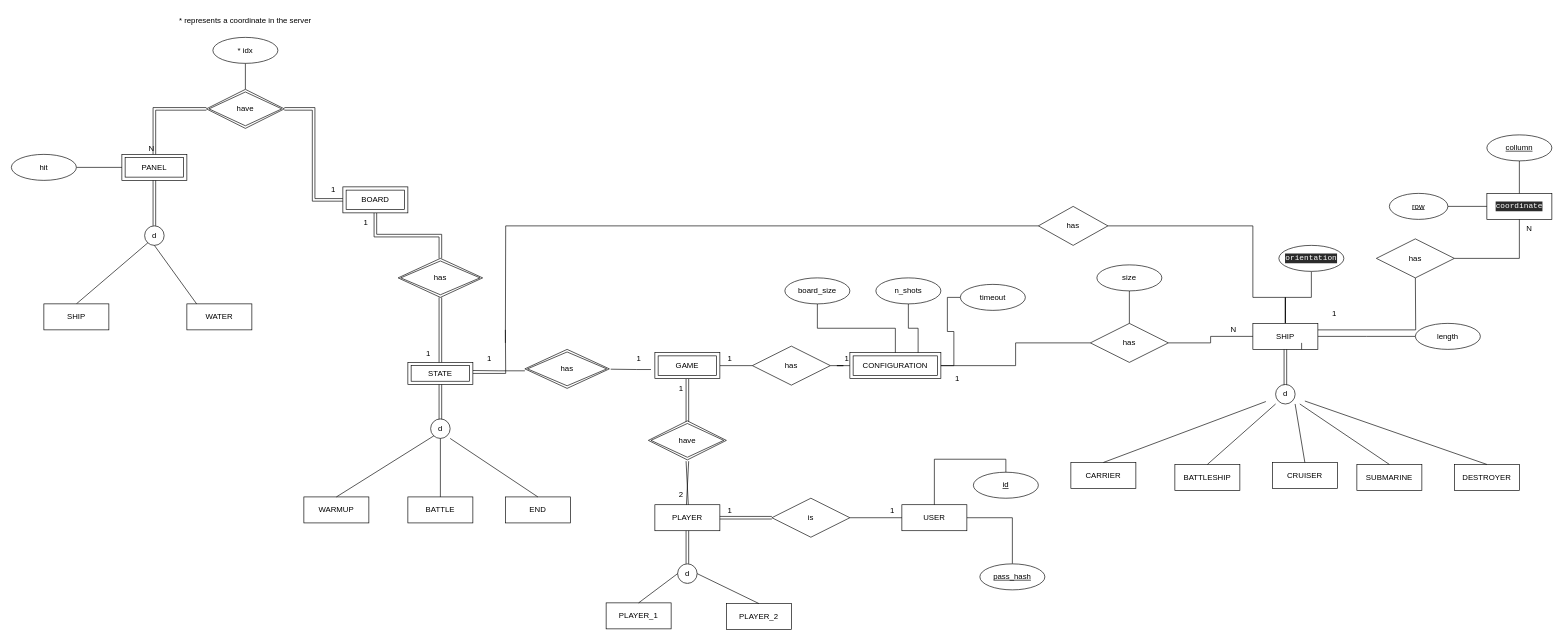
Before: code/daw-battleship-game/src/main/sql/diagram.drawio in MiguelRocha2001/ISEL-DAW-Battleships-Game, a draw.io diagram. Source tidied: cells renumbered, new cells numbered last; positions are measured from the earlier drawing's top-left corner, leaving out a move shared by most shapes. Both pictures are drawn from the tidied source at 65%, with x=0, y=0 at pixel (11, 11).
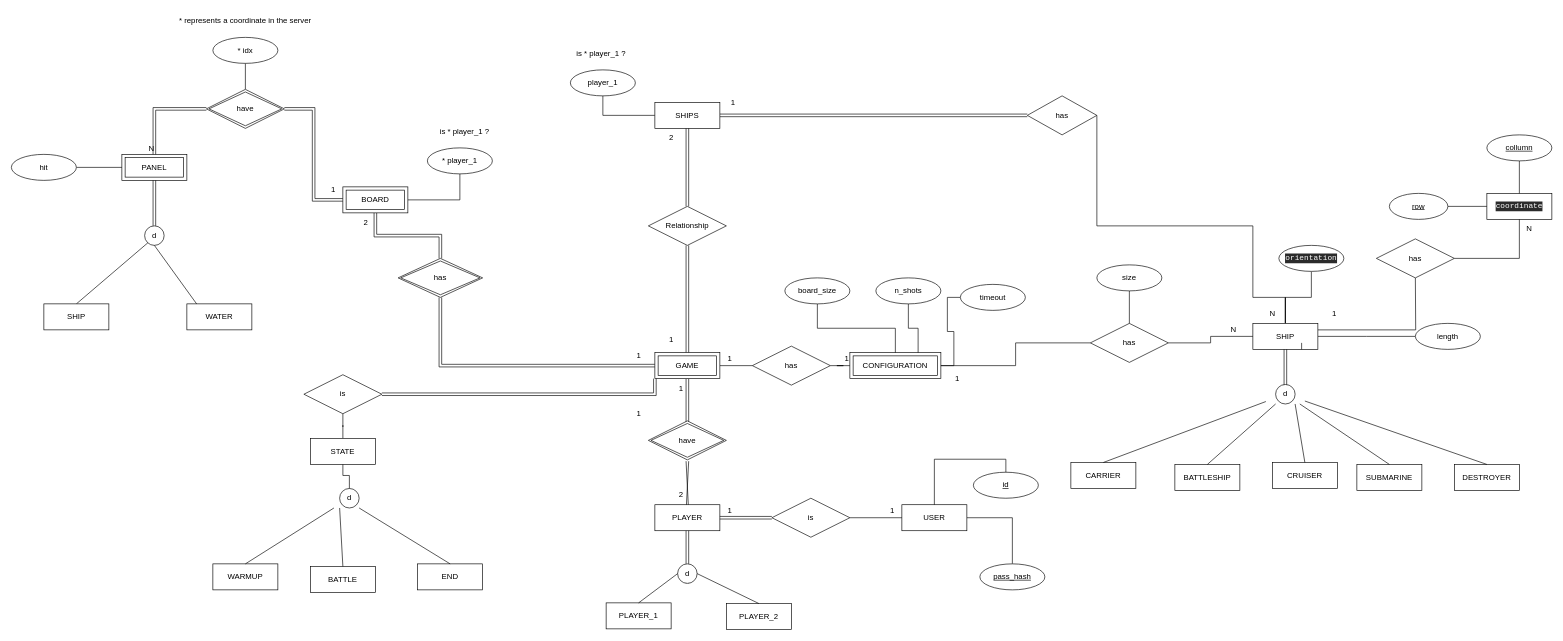
After the change.

The change refers to these unchanged cells:
```xml
<mxCell id="26" value="GAME" style="shape=ext;margin=3;double=1;whiteSpace=wrap;html=1;align=center;" parent="1" vertex="1">
  <mxGeometry x="990" y="525" width="100" height="40" as="geometry" />
</mxCell>
<mxCell id="64" value="BOARD" style="shape=ext;margin=3;double=1;whiteSpace=wrap;html=1;align=center;" parent="1" vertex="1">
  <mxGeometry x="510" y="270" width="100" height="40" as="geometry" />
</mxCell>
<mxCell id="99" value="has" style="shape=rhombus;double=1;perimeter=rhombusPerimeter;whiteSpace=wrap;html=1;align=center;" parent="1" vertex="1">
  <mxGeometry x="595" y="380" width="130" height="60" as="geometry" />
</mxCell>
```

The edit, as a diff of the source:
```diff
@@
+    <mxCell id="120" style="edgeStyle=orthogonalEdgeStyle;rounded=0;jettySize=auto;html=1;endArrow=none;endFill=0;shape=link;" parent="1" edge="1" source="26" target="99">
+      <mxGeometry relative="1" as="geometry" />
+    </mxCell>
+    <mxCell id="121" style="edgeStyle=orthogonalEdgeStyle;shape=link;rounded=0;jettySize=auto;html=1;endArrow=none;endFill=0;" parent="1" edge="1" source="26" target="128">
+      <mxGeometry relative="1" as="geometry" />
+    </mxCell>
@@
+    <mxCell id="122" style="edgeStyle=orthogonalEdgeStyle;rounded=0;jettySize=auto;html=1;endArrow=none;endFill=0;" parent="1" edge="1" source="64" target="139">
+      <mxGeometry relative="1" as="geometry" />
+    </mxCell>
@@
-    <mxCell id="65" value="1" style="text;html=1;align=center;verticalAlign=middle;strokeColor=none;fillColor=none;" parent="1" vertex="1">
-      <mxGeometry x="950" y="520" width="30" height="30" as="geometry" />
-    </mxCell>
-    <mxCell id="66" value="1" style="text;html=1;align=center;verticalAlign=middle;strokeColor=none;fillColor=none;" parent="1" vertex="1">
-      <mxGeometry x="530" y="310" width="30" height="30" as="geometry" />
+    <mxCell id="66" value="2" style="text;html=1;align=center;verticalAlign=middle;strokeColor=none;fillColor=none;" parent="1" vertex="1">
+      <mxGeometry x="535" y="315" width="20" height="20" as="geometry" />
     </mxCell>
@@
-    <mxCell id="84" value="has" style="shape=rhombus;double=1;perimeter=rhombusPerimeter;whiteSpace=wrap;html=1;align=center;" parent="1" vertex="1">
-      <mxGeometry x="790" y="520" width="130" height="60" as="geometry" />
-    </mxCell>
-    <mxCell id="85" style="shape=link;html=1;rounded=0;exitX=0.5;exitY=1;exitDx=0;exitDy=0;endArrow=none;" parent="1" edge="1">
-      <mxGeometry relative="1" as="geometry">
-        <mxPoint x="660" y="573" as="sourcePoint" />
-        <mxPoint x="660" y="633" as="targetPoint" />
-      </mxGeometry>
-    </mxCell>
-    <mxCell id="86" value="WARMUP" style="whiteSpace=wrap;html=1;align=center;" parent="1" vertex="1">
-      <mxGeometry x="450" y="747" width="100" height="40" as="geometry" />
-    </mxCell>
-    <mxCell id="87" style="ellipse;whiteSpace=wrap;html=1;" parent="1" vertex="1">
-      <mxGeometry x="645" y="627" width="30" height="30" as="geometry" />
-    </mxCell>
-    <mxCell id="88" value="d" style="text;html=1;strokeColor=none;fillColor=none;align=center;verticalAlign=middle;whiteSpace=wrap;rounded=0;" parent="1" vertex="1">
-      <mxGeometry x="630" y="627" width="60" height="30" as="geometry" />
-    </mxCell>
-    <mxCell id="89" style="endArrow=none;html=1;rounded=0;exitX=0.5;exitY=0;exitDx=0;exitDy=0;" parent="1" edge="1" source="86">
-      <mxGeometry relative="1" as="geometry">
-        <mxPoint x="650" y="653" as="targetPoint" />
-      </mxGeometry>
-    </mxCell>
-    <mxCell id="90" value="BATTLE" style="whiteSpace=wrap;html=1;align=center;" parent="1" vertex="1">
-      <mxGeometry x="610" y="747" width="100" height="40" as="geometry" />
-    </mxCell>
-    <mxCell id="91" value="END" style="whiteSpace=wrap;html=1;align=center;" parent="1" vertex="1">
-      <mxGeometry x="760" y="747" width="100" height="40" as="geometry" />
-    </mxCell>
-    <mxCell id="92" style="endArrow=none;html=1;rounded=0;exitX=0.5;exitY=0;exitDx=0;exitDy=0;entryX=0.5;entryY=1;entryDx=0;entryDy=0;" parent="1" edge="1" source="90" target="88">
-      <mxGeometry relative="1" as="geometry" />
-    </mxCell>
-    <mxCell id="93" style="endArrow=none;html=1;rounded=0;exitX=0.5;exitY=0;exitDx=0;exitDy=0;entryX=0.75;entryY=1;entryDx=0;entryDy=0;" parent="1" edge="1" source="91" target="88">
-      <mxGeometry relative="1" as="geometry" />
-    </mxCell>
-    <mxCell id="94" style="edgeStyle=orthogonalEdgeStyle;rounded=0;orthogonalLoop=1;jettySize=auto;html=1;endArrow=none;endFill=0;" parent="1" edge="1">
-      <mxGeometry relative="1" as="geometry">
-        <mxPoint x="790" y="553" as="sourcePoint" />
-        <mxPoint x="710" y="552.5" as="targetPoint" />
-        <Array as="points">
-          <mxPoint x="750" y="553" />
-        </Array>
-      </mxGeometry>
-    </mxCell>
-    <mxCell id="95" style="edgeStyle=orthogonalEdgeStyle;rounded=0;orthogonalLoop=1;jettySize=auto;html=1;endArrow=none;endFill=0;" parent="1" edge="1">
-      <mxGeometry relative="1" as="geometry">
-        <mxPoint x="984" y="551" as="sourcePoint" />
-        <mxPoint x="922" y="550.5" as="targetPoint" />
-        <Array as="points">
-          <mxPoint x="962" y="551" />
-        </Array>
-      </mxGeometry>
-    </mxCell>
-    <mxCell id="96" value="1" style="text;html=1;align=center;verticalAlign=middle;strokeColor=none;fillColor=none;" parent="1" vertex="1">
-      <mxGeometry x="720" y="520" width="30" height="30" as="geometry" />
-    </mxCell>
-    <mxCell id="97" style="edgeStyle=orthogonalEdgeStyle;rounded=0;jettySize=auto;html=1;fontColor=#FFFFFF;endArrow=none;endFill=0;" parent="1" edge="1" source="98">
-      <mxGeometry relative="1" as="geometry">
-        <mxPoint x="760" y="490" as="targetPoint" />
-      </mxGeometry>
-    </mxCell>
-    <mxCell id="98" value="STATE" style="shape=ext;margin=3;double=1;whiteSpace=wrap;html=1;align=center;" parent="1" vertex="1">
-      <mxGeometry x="610" y="540" width="100" height="34" as="geometry" />
-    </mxCell>
@@
-    <mxCell id="100" style="endArrow=none;html=1;rounded=0;entryX=0.5;entryY=0;entryDx=0;entryDy=0;exitX=0.5;exitY=1;exitDx=0;exitDy=0;shape=link;" parent="1" edge="1" source="99" target="98">
-      <mxGeometry relative="1" as="geometry" />
-    </mxCell>
-    <mxCell id="101" value="1" style="html=1;align=right;verticalAlign=bottom;" parent="100" vertex="1">
-      <mxGeometry x="1" relative="1" as="geometry">
-        <mxPoint x="-15" y="-5" as="offset" />
-      </mxGeometry>
-    </mxCell>
@@
-    <mxCell id="113" style="edgeStyle=orthogonalEdgeStyle;rounded=0;jettySize=auto;html=1;fontColor=#FFFFFF;endArrow=none;endFill=0;" parent="1" edge="1" source="114">
-      <mxGeometry relative="1" as="geometry">
-        <mxPoint x="760" y="510" as="targetPoint" />
-      </mxGeometry>
-    </mxCell>
     <mxCell id="114" value="has" style="shape=rhombus;perimeter=rhombusPerimeter;whiteSpace=wrap;html=1;align=center;" parent="1" vertex="1">
-      <mxGeometry x="1580" y="300" width="107" height="60" as="geometry" />
+      <mxGeometry x="1563" y="130" width="107" height="60" as="geometry" />
     </mxCell>
@@
+    <mxCell id="123" value="1" style="text;html=1;align=center;verticalAlign=middle;strokeColor=none;fillColor=none;" parent="1" vertex="1">
+      <mxGeometry x="950" y="515" width="30" height="30" as="geometry" />
+    </mxCell>
+    <mxCell id="124" style="edgeStyle=orthogonalEdgeStyle;shape=link;rounded=0;jettySize=auto;html=1;endArrow=none;endFill=0;" parent="1" edge="1" source="126" target="114">
+      <mxGeometry relative="1" as="geometry" />
+    </mxCell>
+    <mxCell id="125" style="edgeStyle=orthogonalEdgeStyle;rounded=0;jettySize=auto;html=1;endArrow=none;endFill=0;" parent="1" edge="1" source="126" target="140">
+      <mxGeometry relative="1" as="geometry" />
+    </mxCell>
+    <mxCell id="126" value="SHIPS" style="whiteSpace=wrap;html=1;align=center;" parent="1" vertex="1">
+      <mxGeometry x="990" y="140" width="100" height="40" as="geometry" />
+    </mxCell>
+    <mxCell id="127" style="edgeStyle=orthogonalEdgeStyle;shape=link;rounded=0;jettySize=auto;html=1;endArrow=none;endFill=0;" parent="1" edge="1" source="128" target="126">
+      <mxGeometry relative="1" as="geometry" />
+    </mxCell>
+    <mxCell id="128" value="Relationship" style="shape=rhombus;perimeter=rhombusPerimeter;whiteSpace=wrap;html=1;align=center;" parent="1" vertex="1">
+      <mxGeometry x="980" y="300" width="120" height="60" as="geometry" />
+    </mxCell>
+    <mxCell id="129" value="1" style="text;html=1;align=center;verticalAlign=middle;strokeColor=none;fillColor=none;" parent="1" vertex="1">
+      <mxGeometry x="1000" y="490" width="30" height="30" as="geometry" />
+    </mxCell>
+    <mxCell id="130" value="2" style="text;html=1;align=center;verticalAlign=middle;strokeColor=none;fillColor=none;" parent="1" vertex="1">
+      <mxGeometry x="1005" y="185" width="20" height="20" as="geometry" />
+    </mxCell>
+    <mxCell id="131" value="1" style="text;html=1;align=center;verticalAlign=middle;strokeColor=none;fillColor=none;" parent="1" vertex="1">
+      <mxGeometry x="1100" y="130" width="20" height="20" as="geometry" />
+    </mxCell>
+    <mxCell id="132" value="N" style="text;html=1;align=center;verticalAlign=middle;strokeColor=none;fillColor=none;" parent="1" vertex="1">
+      <mxGeometry x="1930" y="455" width="20" height="20" as="geometry" />
+    </mxCell>
+    <mxCell id="133" style="edgeStyle=orthogonalEdgeStyle;rounded=0;jettySize=auto;html=1;endArrow=none;endFill=0;" parent="1" edge="1" source="98" target="135">
+      <mxGeometry relative="1" as="geometry" />
+    </mxCell>
+    <mxCell id="98" value="STATE" style="whiteSpace=wrap;html=1;align=center;" parent="1" vertex="1">
+      <mxGeometry x="460" y="657" width="100" height="40" as="geometry" />
+    </mxCell>
+    <mxCell id="134" style="edgeStyle=orthogonalEdgeStyle;shape=link;rounded=0;jettySize=auto;html=1;entryX=0;entryY=1;entryDx=0;entryDy=0;endArrow=none;endFill=0;" parent="1" edge="1" source="135" target="26">
+      <mxGeometry relative="1" as="geometry" />
+    </mxCell>
+    <mxCell id="135" value="is" style="shape=rhombus;perimeter=rhombusPerimeter;whiteSpace=wrap;html=1;align=center;" parent="1" vertex="1">
+      <mxGeometry x="450" y="559" width="120" height="60" as="geometry" />
+    </mxCell>
+    <mxCell id="86" value="WARMUP" style="whiteSpace=wrap;html=1;align=center;" parent="1" vertex="1">
+      <mxGeometry x="310" y="850" width="100" height="40" as="geometry" />
+    </mxCell>
+    <mxCell id="136" style="ellipse;whiteSpace=wrap;html=1;" parent="1" vertex="1">
+      <mxGeometry x="505" y="734" width="30" height="30" as="geometry" />
+    </mxCell>
+    <mxCell id="137" style="edgeStyle=orthogonalEdgeStyle;rounded=0;jettySize=auto;html=1;entryX=0.5;entryY=1;entryDx=0;entryDy=0;endArrow=none;endFill=0;" parent="1" edge="1" source="88" target="98">
+      <mxGeometry relative="1" as="geometry" />
+    </mxCell>
+    <mxCell id="88" value="d" style="text;html=1;strokeColor=none;fillColor=none;align=center;verticalAlign=middle;whiteSpace=wrap;rounded=0;" parent="1" vertex="1">
+      <mxGeometry x="490" y="734" width="60" height="30" as="geometry" />
+    </mxCell>
+    <mxCell id="138" style="endArrow=none;html=1;rounded=0;exitX=0.5;exitY=0;exitDx=0;exitDy=0;" parent="1" edge="1" source="86" target="88">
+      <mxGeometry relative="1" as="geometry" />
+    </mxCell>
+    <mxCell id="90" value="BATTLE" style="whiteSpace=wrap;html=1;align=center;" parent="1" vertex="1">
+      <mxGeometry x="460" y="854" width="100" height="40" as="geometry" />
+    </mxCell>
+    <mxCell id="91" value="END" style="whiteSpace=wrap;html=1;align=center;" parent="1" vertex="1">
+      <mxGeometry x="625" y="850" width="100" height="40" as="geometry" />
+    </mxCell>
+    <mxCell id="92" style="endArrow=none;html=1;rounded=0;exitX=0.5;exitY=0;exitDx=0;exitDy=0;entryX=0.25;entryY=1;entryDx=0;entryDy=0;" parent="1" edge="1" source="90" target="88">
+      <mxGeometry relative="1" as="geometry" />
+    </mxCell>
+    <mxCell id="93" style="endArrow=none;html=1;rounded=0;exitX=0.5;exitY=0;exitDx=0;exitDy=0;entryX=0.75;entryY=1;entryDx=0;entryDy=0;" parent="1" edge="1" source="91" target="88">
+      <mxGeometry relative="1" as="geometry" />
+    </mxCell>
+    <mxCell id="139" value="* player_1" style="ellipse;whiteSpace=wrap;html=1;align=center;" parent="1" vertex="1">
+      <mxGeometry x="640" y="210" width="100" height="40" as="geometry" />
+    </mxCell>
+    <mxCell id="140" value="player_1" style="ellipse;whiteSpace=wrap;html=1;align=center;" parent="1" vertex="1">
+      <mxGeometry x="860" y="90" width="100" height="40" as="geometry" />
+    </mxCell>
+    <mxCell id="141" value="is * player_1 ?" style="text;html=1;strokeColor=none;fillColor=none;align=center;verticalAlign=middle;whiteSpace=wrap;rounded=0;" parent="1" vertex="1">
+      <mxGeometry x="655" y="170" width="85" height="30" as="geometry" />
+    </mxCell>
+    <mxCell id="142" value="is * player_1 ?" style="text;html=1;strokeColor=none;fillColor=none;align=center;verticalAlign=middle;whiteSpace=wrap;rounded=0;" parent="1" vertex="1">
+      <mxGeometry x="865" y="50" width="85" height="30" as="geometry" />
+    </mxCell>
+    <mxCell id="143" value="1" style="text;html=1;align=center;verticalAlign=middle;strokeColor=none;fillColor=none;" parent="1" vertex="1">
+      <mxGeometry x="950" y="604" width="30" height="30" as="geometry" />
+    </mxCell>
```
